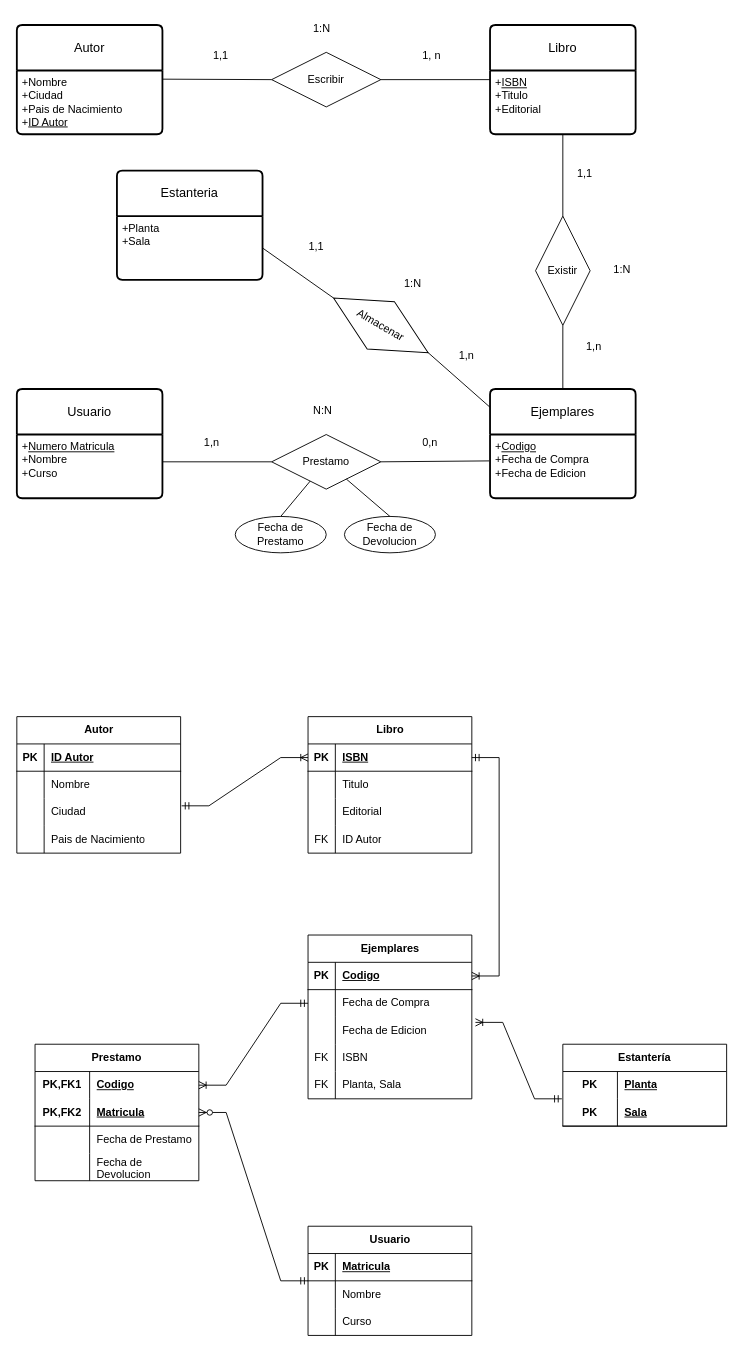
Earlier version of the draw.io diagram Bases de Datos/Tema3 (SGBD)/Actividades/BD_Biblioteca.drawio (juanfelipe1104/DobleGradoPrimero). Source tidied: cells renumbered, new cells numbered last; positions are measured from the earlier drawing's top-left corner, leaving out a move shared by most shapes. Both pictures are drawn from the tidied source at 91%, with x=0, y=0 at pixel (16, 15).
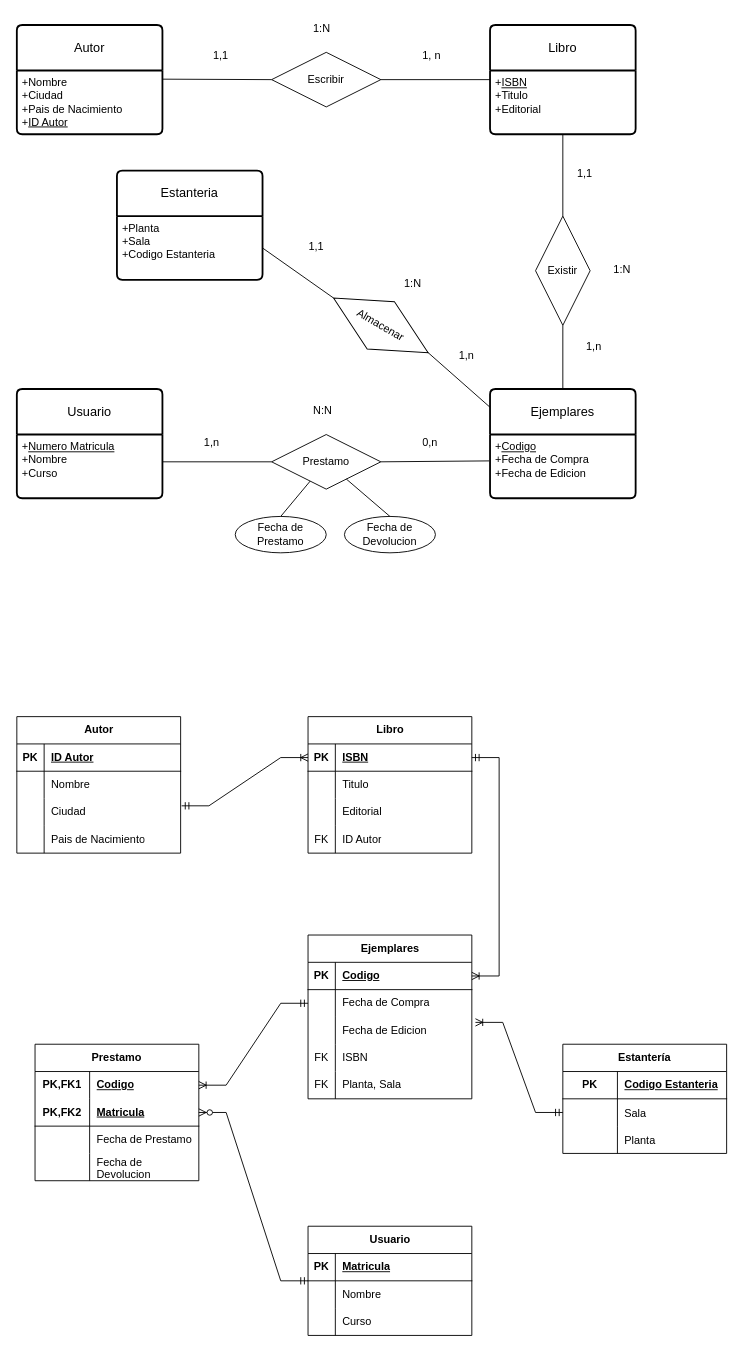
After the change.

Commit message (it also covers changes not shown here):
Correcion Diagrama ER BD_Biblioteca y añadido BD_GestionPedidos sql

Unchanged cells that the change refers to:
```xml
<mxCell id="65" style="shape=tableRow;horizontal=0;startSize=0;swimlaneHead=0;swimlaneBody=0;fillColor=none;points=[[0,0.5],[1,0.5]];portConstraint=eastwest;top=0;left=0;right=0;bottom=0;" parent="58" vertex="1">
  <mxGeometry y="90" width="180" height="30" as="geometry" />
</mxCell>
<mxCell id="101" value="Estanteria" style="swimlane;horizontal=1;startSize=50;rounded=1;fontSize=14;fontStyle=0;strokeWidth=2;shadow=0;dashed=0;align=center;arcSize=4;whiteSpace=wrap;html=1;" parent="1" vertex="1">
  <mxGeometry x="110" y="170" width="160" height="120" as="geometry" />
</mxCell>
```

The edit, as a diff of the source:
```diff
@@
-    <mxCell id="102" value="+Planta&lt;br&gt;+Sala" style="align=left;strokeColor=none;fillColor=none;spacingLeft=4;fontSize=12;verticalAlign=top;html=1;" parent="101" vertex="1">
+    <mxCell id="102" value="+Planta&lt;br&gt;+Sala&lt;br&gt;+Codigo Estanteria" style="align=left;strokeColor=none;fillColor=none;spacingLeft=4;fontSize=12;verticalAlign=top;html=1;" parent="101" vertex="1">
       <mxGeometry y="50" width="160" height="70" as="geometry" />
     </mxCell>
@@
     <mxCell id="108" value="Estantería" style="shape=table;startSize=30;childLayout=tableLayout;rowLines=0;fontStyle=1;align=center;html=1;whiteSpace=wrap;" parent="1" vertex="1">
-      <mxGeometry x="600" y="1130" width="180" height="90" as="geometry" />
+      <mxGeometry x="600" y="1130" width="180" height="120" as="geometry" />
     </mxCell>
-    <mxCell id="109" style="shape=tableRow;horizontal=0;startSize=0;swimlaneHead=0;swimlaneBody=0;fillColor=none;top=0;left=0;right=0;bottom=0;html=1;" parent="108" vertex="1">
-      <mxGeometry y="30" width="180" height="30" as="geometry" />
-    </mxCell>
-    <mxCell id="110" value="PK" style="shape=partialRectangle;fillColor=none;top=0;left=0;bottom=0;right=0;fontStyle=1;overflow=hidden;html=1;whiteSpace=wrap;" parent="109" vertex="1">
-      <mxGeometry width="60" height="30" as="geometry" />
-    </mxCell>
+    <mxCell id="117" style="shape=tableRow;horizontal=0;startSize=0;swimlaneHead=0;swimlaneBody=0;fillColor=none;top=0;left=0;right=0;bottom=1;" parent="108" vertex="1">
+      <mxGeometry y="30" width="180" height="30" as="geometry" />
+    </mxCell>
+    <mxCell id="118" value="PK" style="shape=partialRectangle;fillColor=none;top=0;left=0;bottom=0;right=0;fontStyle=1;overflow=hidden;whiteSpace=wrap;html=1;" parent="117" vertex="1">
+      <mxGeometry width="60" height="30" as="geometry" />
+    </mxCell>
+    <mxCell id="119" value="Codigo Estanteria" style="shape=partialRectangle;fillColor=none;top=0;left=0;bottom=0;right=0;align=left;spacingLeft=6;fontStyle=5;overflow=hidden;whiteSpace=wrap;html=1;" parent="117" vertex="1">
+      <mxGeometry x="60" width="120" height="30" as="geometry" />
+    </mxCell>
+    <mxCell id="120" style="shape=tableRow;horizontal=0;startSize=0;swimlaneHead=0;swimlaneBody=0;fillColor=none;points=[[0,0.5],[1,0.5]];portConstraint=eastwest;top=0;left=0;right=0;bottom=0;" parent="108" vertex="1">
+      <mxGeometry y="60" width="180" height="30" as="geometry" />
+    </mxCell>
+    <mxCell id="121" style="shape=partialRectangle;fillColor=none;top=0;left=0;bottom=0;right=0;overflow=hidden;" parent="120" vertex="1">
+      <mxGeometry width="60" height="30" as="geometry" />
+    </mxCell>
+    <mxCell id="114" value="Sala" style="shape=partialRectangle;fillColor=none;top=0;left=0;bottom=0;right=0;align=left;spacingLeft=6;overflow=hidden;" parent="120" vertex="1">
+      <mxGeometry x="60" width="120" height="30" as="geometry" />
+    </mxCell>
+    <mxCell id="122" style="shape=tableRow;horizontal=0;startSize=0;swimlaneHead=0;swimlaneBody=0;fillColor=none;top=0;left=0;right=0;bottom=0;" parent="108" vertex="1">
+      <mxGeometry y="90" width="180" height="30" as="geometry" />
+    </mxCell>
+    <mxCell id="123" style="shape=partialRectangle;fillColor=none;top=0;left=0;bottom=0;right=0;overflow=hidden;" parent="122" vertex="1">
+      <mxGeometry width="60" height="30" as="geometry" />
+    </mxCell>
-    <mxCell id="111" value="Planta" style="shape=partialRectangle;fillColor=none;top=0;left=0;bottom=0;right=0;align=left;spacingLeft=6;fontStyle=5;overflow=hidden;html=1;whiteSpace=wrap;" parent="109" vertex="1">
+    <mxCell id="111" value="Planta" style="shape=partialRectangle;fillColor=none;top=0;left=0;bottom=0;right=0;align=left;spacingLeft=6;overflow=hidden;" parent="122" vertex="1">
       <mxGeometry x="60" width="120" height="30" as="geometry" />
     </mxCell>
-    <mxCell id="112" style="shape=tableRow;horizontal=0;startSize=0;swimlaneHead=0;swimlaneBody=0;fillColor=none;points=[[0,0.5],[1,0.5]];portConstraint=eastwest;top=0;left=0;right=0;bottom=1;html=1;" parent="108" vertex="1">
-      <mxGeometry y="60" width="180" height="30" as="geometry" />
-    </mxCell>
-    <mxCell id="113" value="PK" style="shape=partialRectangle;fillColor=none;top=0;left=0;bottom=0;right=0;fontStyle=1;overflow=hidden;html=1;whiteSpace=wrap;" parent="112" vertex="1">
-      <mxGeometry width="60" height="30" as="geometry" />
-    </mxCell>
-    <mxCell id="114" value="Sala" style="shape=partialRectangle;fillColor=none;top=0;left=0;bottom=0;right=0;align=left;spacingLeft=6;fontStyle=5;overflow=hidden;html=1;whiteSpace=wrap;" parent="112" vertex="1">
-      <mxGeometry x="60" width="120" height="30" as="geometry" />
-    </mxCell>
@@
-    <mxCell id="116" style="edgeStyle=entityRelationEdgeStyle;fontSize=12;html=1;endArrow=ERoneToMany;startArrow=ERmandOne;rounded=0;entryX=1.022;entryY=0.2;entryDx=0;entryDy=0;entryPerimeter=0;exitX=-0.006;exitY=0;exitDx=0;exitDy=0;exitPerimeter=0;" parent="1" edge="1" source="112" target="65">
+    <mxCell id="116" style="edgeStyle=entityRelationEdgeStyle;fontSize=12;html=1;endArrow=ERoneToMany;startArrow=ERmandOne;rounded=0;entryX=1.022;entryY=0.2;entryDx=0;entryDy=0;entryPerimeter=0;exitX=0;exitY=0.5;exitDx=0;exitDy=0;" parent="1" edge="1" source="120" target="65">
       <mxGeometry relative="1" as="geometry" />
     </mxCell>
```
